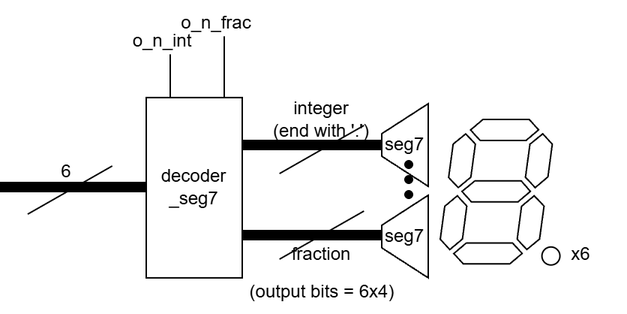
The draw.io diagram images/decoder_schema.drawio.png in kau-newbie/verilog-modules, before a commit. Source tidied: cells renumbered, new cells last; positions are measured from the earlier drawing's top-left corner, leaving out a move shared by most shapes.
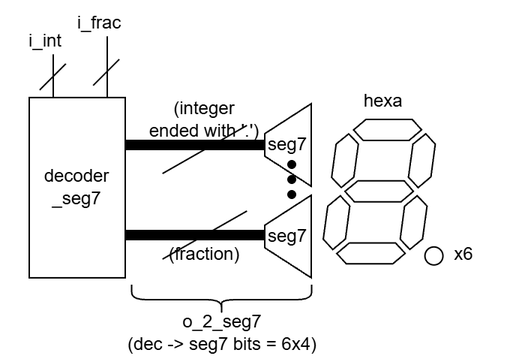
After the change.

Commit message:
add hexdisplay decoder(6 display)

What changed in the source:
```diff
@@ -5,28 +5,22 @@
     <mxCell id="2" value="seg7" style="shape=trapezoid;perimeter=trapezoidPerimeter;whiteSpace=wrap;html=1;shapeInside=1;fixedSize=1;direction=north;" parent="1" vertex="1">
       <mxGeometry x="254" y="68.5" width="31" height="55" as="geometry" />
     </mxCell>
-    <mxCell id="3" style="whiteSpace=wrap;html=1;fillColor=light-dark(#000000,#000000);" parent="1" vertex="1">
-      <mxGeometry y="121" width="97" height="6" as="geometry" />
-    </mxCell>
     <mxCell id="4" style="edgeStyle=none;orthogonalLoop=1;jettySize=auto;html=1;rounded=0;defaultLabelBackgroundColor=page;labelPadding=0 4;endArrow=none;endFill=0;" parent="1" edge="1">
       <mxGeometry relative="1" as="geometry">
-        <mxPoint x="18" y="142" as="sourcePoint" />
-        <mxPoint x="74.3" y="110" as="targetPoint" />
+        <mxPoint x="104" y="59.4" as="sourcePoint" />
+        <mxPoint x="121.4" y="42" as="targetPoint" />
       </mxGeometry>
     </mxCell>
-    <mxCell id="5" value="6" style="text;html=1;whiteSpace=wrap;strokeColor=none;fillColor=none;align=center;verticalAlign=middle;rounded=0;" parent="1" vertex="1">
-      <mxGeometry x="14" y="99" width="60" height="30" as="geometry" />
-    </mxCell>
     <mxCell id="6" style="whiteSpace=wrap;html=1;fillColor=light-dark(#000000,#000000);" parent="1" vertex="1">
       <mxGeometry x="157" y="93" width="97" height="6" as="geometry" />
     </mxCell>
     <mxCell id="7" style="whiteSpace=wrap;html=1;fillColor=light-dark(#000000,#000000);" parent="1" vertex="1">
       <mxGeometry x="157" y="153" width="97" height="6" as="geometry" />
     </mxCell>
-    <mxCell id="8" value="integer&lt;div&gt;(end with '.')&lt;/div&gt;" style="text;html=1;whiteSpace=wrap;strokeColor=none;fillColor=none;align=center;verticalAlign=middle;rounded=0;" parent="1" vertex="1">
+    <mxCell id="8" value="(integer&lt;div&gt;ended with '.')&lt;/div&gt;" style="text;html=1;whiteSpace=wrap;strokeColor=none;fillColor=none;align=center;verticalAlign=middle;rounded=0;" parent="1" vertex="1">
       <mxGeometry x="174" y="64" width="80" height="30" as="geometry" />
     </mxCell>
-    <mxCell id="9" value="fraction" style="text;html=1;whiteSpace=wrap;strokeColor=none;fillColor=none;align=center;verticalAlign=middle;rounded=0;" parent="1" vertex="1">
+    <mxCell id="9" value="(fraction)" style="text;html=1;whiteSpace=wrap;strokeColor=none;fillColor=none;align=center;verticalAlign=middle;rounded=0;" parent="1" vertex="1">
       <mxGeometry x="184" y="154.4" width="60" height="30" as="geometry" />
     </mxCell>
     <mxCell id="10" style="edgeStyle=none;orthogonalLoop=1;jettySize=auto;html=1;rounded=0;defaultLabelBackgroundColor=page;labelPadding=0 4;endArrow=none;endFill=0;" parent="1" edge="1">
@@ -35,7 +29,7 @@
         <mxPoint x="113" y="35.6" as="targetPoint" />
       </mxGeometry>
     </mxCell>
-    <mxCell id="11" value="o_n_int" style="text;html=1;whiteSpace=wrap;strokeColor=none;fillColor=none;align=center;verticalAlign=middle;rounded=0;" parent="1" vertex="1">
+    <mxCell id="11" value="i_int" style="text;html=1;whiteSpace=wrap;strokeColor=none;fillColor=none;align=center;verticalAlign=middle;rounded=0;" parent="1" vertex="1">
       <mxGeometry x="78" y="12" width="60" height="30" as="geometry" />
     </mxCell>
     <mxCell id="12" style="edgeStyle=none;orthogonalLoop=1;jettySize=auto;html=1;rounded=0;defaultLabelBackgroundColor=page;labelPadding=0 4;endArrow=none;endFill=0;" parent="1" edge="1">
@@ -44,7 +38,7 @@
         <mxPoint x="149" y="23.6" as="targetPoint" />
       </mxGeometry>
     </mxCell>
-    <mxCell id="13" value="o_n_frac" style="text;html=1;whiteSpace=wrap;strokeColor=none;fillColor=none;align=center;verticalAlign=middle;rounded=0;" parent="1" vertex="1">
+    <mxCell id="13" value="i_frac" style="text;html=1;whiteSpace=wrap;strokeColor=none;fillColor=none;align=center;verticalAlign=middle;rounded=0;" parent="1" vertex="1">
       <mxGeometry x="114" width="60" height="30" as="geometry" />
     </mxCell>
     <mxCell id="14" style="verticalLabelPosition=bottom;shadow=0;dashed=0;align=center;html=1;verticalAlign=top;shape=mxgraph.electrical.opto_electronics.7_segment_display_with_dp;labelPerimeter=1;" parent="1" vertex="1">
@@ -80,8 +74,20 @@
         <mxPoint x="242.2" y="140" as="targetPoint" />
       </mxGeometry>
     </mxCell>
-    <mxCell id="23" value="(output bits = 6x4)" style="text;html=1;whiteSpace=wrap;strokeColor=none;fillColor=none;align=center;verticalAlign=middle;rounded=0;" parent="1" vertex="1">
-      <mxGeometry x="153.5" y="179" width="121" height="30" as="geometry" />
+    <mxCell id="23" value="&lt;div&gt;o_2_seg7&lt;/div&gt;(dec -&amp;gt; seg7 bits = 6x4)" style="text;html=1;whiteSpace=wrap;strokeColor=none;fillColor=none;align=center;verticalAlign=middle;rounded=0;" parent="1" vertex="1">
+      <mxGeometry x="157.5" y="206" width="135.5" height="30" as="geometry" />
     </mxCell>
+    <mxCell id="24" style="shape=curlyBracket;whiteSpace=wrap;html=1;rounded=1;labelPosition=left;verticalLabelPosition=middle;align=right;verticalAlign=middle;labelPerimeter=1;direction=north;" parent="1" vertex="1">
+      <mxGeometry x="165.2" y="189" width="120" height="20" as="geometry" />
+    </mxCell>
+    <mxCell id="25" value="hexa&amp;nbsp;" style="text;html=1;whiteSpace=wrap;strokeColor=none;fillColor=none;align=center;verticalAlign=middle;rounded=0;" parent="1" vertex="1">
+      <mxGeometry x="305" y="52" width="60" height="30" as="geometry" />
+    </mxCell>
+    <mxCell id="26" style="edgeStyle=none;orthogonalLoop=1;jettySize=auto;html=1;rounded=0;defaultLabelBackgroundColor=page;labelPadding=0 4;endArrow=none;endFill=0;" parent="1" edge="1">
+      <mxGeometry relative="1" as="geometry">
+        <mxPoint x="139.6" y="56.4" as="sourcePoint" />
+        <mxPoint x="157" y="39" as="targetPoint" />
+      </mxGeometry>
+    </mxCell>
   </root>
 </mxGraphModel>
```
